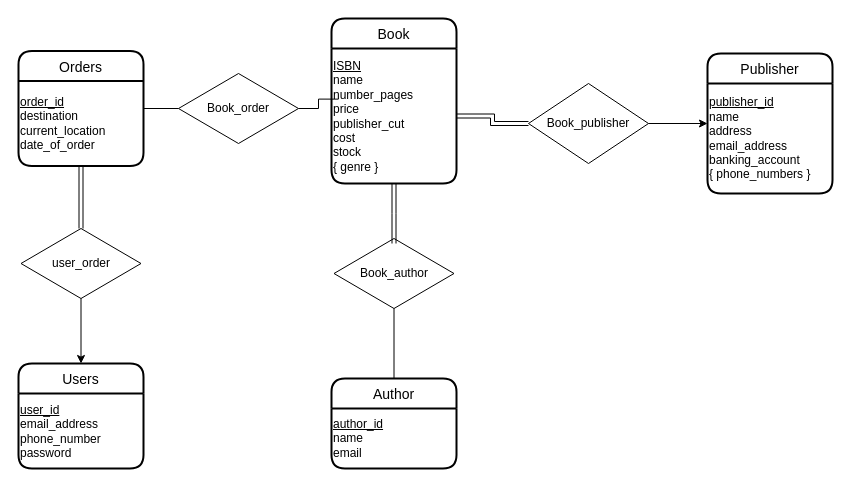
Before: Diagrams/ERD.drawio in ianyau28/3005Lib, a draw.io diagram. Source tidied: cells renumbered, new cells numbered last; positions are measured from the earlier drawing's top-left corner, leaving out a move shared by most shapes. Both pictures are drawn from the tidied source at 100%, with x=0, y=0 at pixel (18, 18).
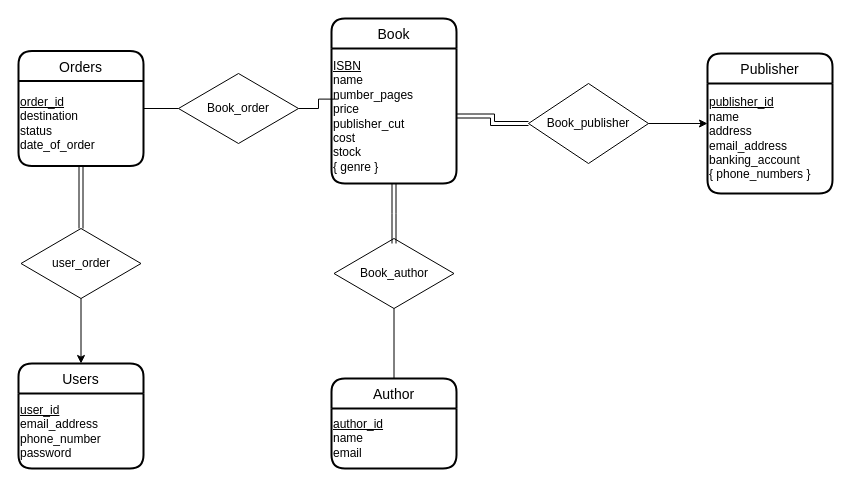
Above is the later version.

The change refers to these unchanged cells:
```xml
<mxCell id="15" value="Orders" style="swimlane;horizontal=1;startSize=30;rounded=1;fontSize=14;fontStyle=0;strokeWidth=2;shadow=0;dashed=0;align=center;" parent="1" vertex="1">
  <mxGeometry y="32.5" width="125" height="115" as="geometry" />
</mxCell>
```

What changed in the source:
```diff
@@
-    <mxCell id="16" value="&lt;blockquote style=&quot;margin: 0 0 0 40px ; border: none ; padding: 0px&quot;&gt;&lt;/blockquote&gt;&lt;u&gt;order_id&lt;/u&gt;&lt;br&gt;&lt;blockquote style=&quot;margin: 0 0 0 40px ; border: none ; padding: 0px&quot;&gt;&lt;/blockquote&gt;destination&lt;br&gt;&lt;blockquote style=&quot;margin: 0 0 0 40px ; border: none ; padding: 0px&quot;&gt;&lt;/blockquote&gt;current_location&lt;br&gt;date_of_order" style="text;html=1;align=left;verticalAlign=middle;points=[];strokeColor=none;fillColor=none;" parent="15" vertex="1">
+    <mxCell id="16" value="&lt;blockquote style=&quot;margin: 0 0 0 40px ; border: none ; padding: 0px&quot;&gt;&lt;/blockquote&gt;&lt;u&gt;order_id&lt;/u&gt;&lt;br&gt;&lt;blockquote style=&quot;margin: 0 0 0 40px ; border: none ; padding: 0px&quot;&gt;&lt;/blockquote&gt;destination&lt;br&gt;&lt;blockquote style=&quot;margin: 0 0 0 40px ; border: none ; padding: 0px&quot;&gt;&lt;/blockquote&gt;status&lt;br&gt;date_of_order" style="text;html=1;align=left;verticalAlign=middle;points=[];strokeColor=none;fillColor=none;" parent="15" vertex="1">
       <mxGeometry y="30" width="125" height="85" as="geometry" />
     </mxCell>
```
